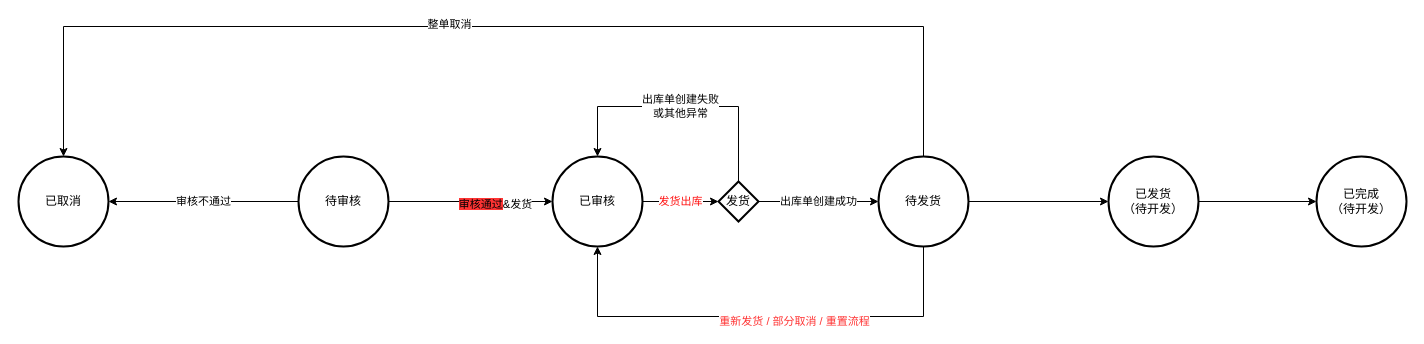
Above: 未命名绘图.drawio in 9PEAK/SD-Integration (draw.io), before the change. Source tidied: cells renumbered, new cells numbered last; positions are measured from the earlier drawing's top-left corner, leaving out a move shared by most shapes. Both pictures are drawn from the tidied source at 100%, with x=0, y=0 at pixel (18, 26).
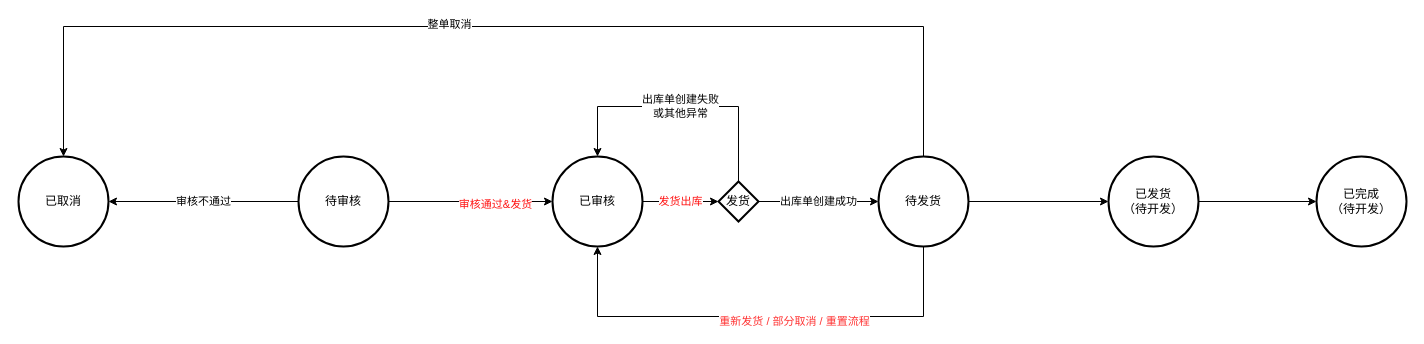
The same page after the edit.

Commit message:
Wayfair 简易订单流程.drawio

Unchanged cells that the change refers to:
```xml
<mxCell id="3" style="edgeStyle=orthogonalEdgeStyle;rounded=0;jettySize=auto;html=1;entryX=0;entryY=0.5;entryDx=0;entryDy=0;entryPerimeter=0;" parent="1" edge="1" source="5" target="7">
  <mxGeometry relative="1" as="geometry" />
</mxCell>
```

Diff of the diagram source:
```diff
@@
-    <mxCell id="4" value="&lt;span style=&quot;background-color: rgb(255 , 51 , 51)&quot;&gt;审核通过&lt;/span&gt;&amp;amp;发货" style="edgeLabel;html=1;align=center;verticalAlign=middle;" parent="3" vertex="1">
+    <mxCell id="4" value="&lt;font color=&quot;#ff1212&quot;&gt;审核通过&amp;amp;发货&lt;/font&gt;" style="edgeLabel;html=1;align=center;verticalAlign=middle;" parent="3" vertex="1">
       <mxGeometry x="0.28" y="-2" relative="1" as="geometry">
         <mxPoint x="1" as="offset" />
       </mxGeometry>
     </mxCell>
```
